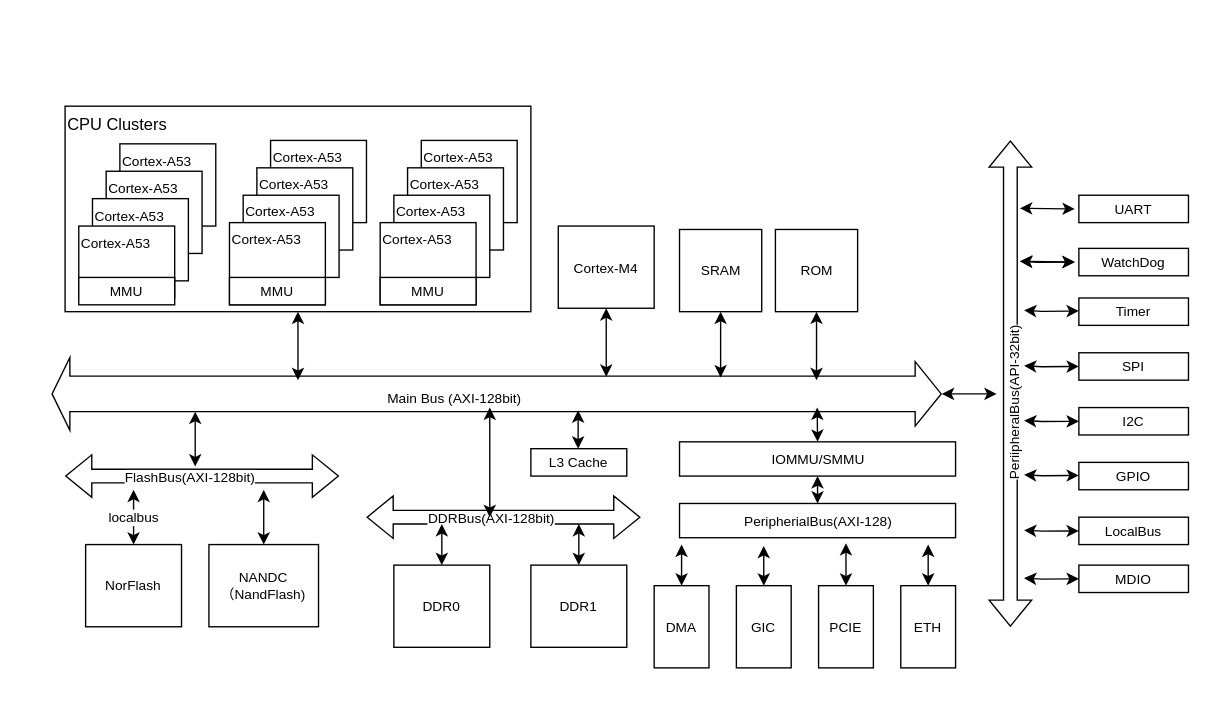
youtubezou/A-thinking-in-linux keeps this draw.io diagram as QEMU/QEMU-ARCH.drawio. Above is the earlier version. Source tidied: cells renumbered, new cells numbered last; positions are measured from the earlier drawing's top-left corner, leaving out a move shared by most shapes. Both pictures are drawn from the tidied source at 137%, with x=0, y=0 at pixel (51, 105).
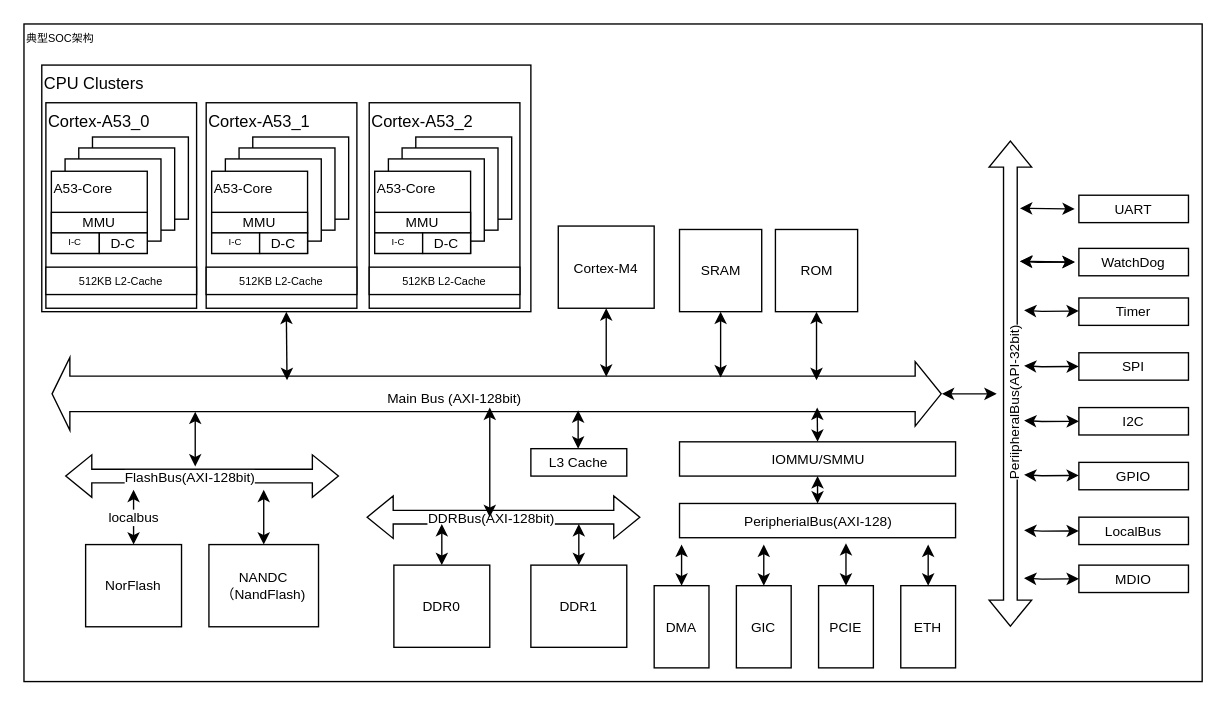
The same page after the edit.

The change refers to these unchanged cells:
```xml
<mxCell id="15" value="GIC" style="rounded=0;whiteSpace=wrap;html=1;fontSize=10;" parent="1" vertex="1">
  <mxGeometry x="500" y="350" width="40" height="60" as="geometry" />
</mxCell>
<mxCell id="61" value="PeripherialBus(AXI-128)" style="rounded=0;whiteSpace=wrap;html=1;fontSize=10;" parent="1" vertex="1">
  <mxGeometry x="458.5" y="290" width="201.5" height="25" as="geometry" />
</mxCell>
```

The edit, as a diff of the source:
```diff
@@
+    <mxCell id="75" value="典型SOC架构" style="rounded=0;whiteSpace=wrap;html=1;fontSize=8;align=left;verticalAlign=top;" parent="1" vertex="1">
+      <mxGeometry x="-20" y="-60" width="860" height="480" as="geometry" />
+    </mxCell>
     <mxCell id="2" value="CPU Clusters" style="rounded=0;whiteSpace=wrap;html=1;align=left;verticalAlign=top;" parent="1" vertex="1">
-      <mxGeometry x="10" width="340" height="150" as="geometry" />
+      <mxGeometry x="-7" y="-30" width="357" height="180" as="geometry" />
     </mxCell>
-    <mxCell id="3" value="&lt;font style=&quot;font-size: 10px&quot;&gt;Cortex-A53&lt;/font&gt;" style="rounded=0;whiteSpace=wrap;html=1;align=left;verticalAlign=top;fontSize=9;" parent="1" vertex="1">
-      <mxGeometry x="50" y="27.5" width="70" height="60" as="geometry" />
-    </mxCell>
-    <mxCell id="4" value="&lt;font style=&quot;font-size: 10px&quot;&gt;Cortex-A53&lt;/font&gt;" style="rounded=0;whiteSpace=wrap;html=1;align=left;verticalAlign=top;fontSize=9;" parent="1" vertex="1">
-      <mxGeometry x="40" y="47.5" width="70" height="60" as="geometry" />
-    </mxCell>
-    <mxCell id="5" value="&lt;font style=&quot;font-size: 10px&quot;&gt;Cortex-A53&lt;/font&gt;" style="rounded=0;whiteSpace=wrap;html=1;align=left;verticalAlign=top;fontSize=9;" parent="1" vertex="1">
-      <mxGeometry x="30" y="67.5" width="70" height="60" as="geometry" />
-    </mxCell>
-    <mxCell id="6" value="&lt;font style=&quot;font-size: 10px&quot;&gt;Cortex-A53&lt;/font&gt;" style="rounded=0;whiteSpace=wrap;html=1;align=left;verticalAlign=top;fontSize=9;" parent="1" vertex="1">
-      <mxGeometry x="20" y="87.5" width="70" height="52.5" as="geometry" />
-    </mxCell>
-    <mxCell id="7" value="&lt;font style=&quot;font-size: 10px&quot;&gt;Cortex-A53&lt;/font&gt;" style="rounded=0;whiteSpace=wrap;html=1;align=left;verticalAlign=top;fontSize=9;" parent="1" vertex="1">
-      <mxGeometry x="160" y="25" width="70" height="60" as="geometry" />
-    </mxCell>
-    <mxCell id="8" value="&lt;font style=&quot;font-size: 10px&quot;&gt;Cortex-A53&lt;/font&gt;" style="rounded=0;whiteSpace=wrap;html=1;align=left;verticalAlign=top;fontSize=9;" parent="1" vertex="1">
-      <mxGeometry x="150" y="45" width="70" height="60" as="geometry" />
-    </mxCell>
-    <mxCell id="9" value="&lt;font style=&quot;font-size: 10px&quot;&gt;Cortex-A53&lt;/font&gt;" style="rounded=0;whiteSpace=wrap;html=1;align=left;verticalAlign=top;fontSize=9;" parent="1" vertex="1">
-      <mxGeometry x="140" y="65" width="70" height="60" as="geometry" />
-    </mxCell>
-    <mxCell id="10" value="&lt;font style=&quot;font-size: 10px&quot;&gt;Cortex-A53&lt;/font&gt;" style="rounded=0;whiteSpace=wrap;html=1;align=left;verticalAlign=top;fontSize=9;" parent="1" vertex="1">
-      <mxGeometry x="130" y="85" width="70" height="60" as="geometry" />
-    </mxCell>
+    <mxCell id="76" value="Cortex-A53_0" style="rounded=0;whiteSpace=wrap;html=1;align=left;horizontal=1;verticalAlign=top;" parent="1" vertex="1">
+      <mxGeometry x="-4" y="-2.5" width="110" height="150" as="geometry" />
+    </mxCell>
-    <mxCell id="11" value="&lt;font style=&quot;font-size: 10px&quot;&gt;Cortex-A53&lt;/font&gt;" style="rounded=0;whiteSpace=wrap;html=1;align=left;verticalAlign=top;fontSize=9;" parent="1" vertex="1">
-      <mxGeometry x="270" y="25" width="70" height="60" as="geometry" />
+    <mxCell id="11" style="rounded=0;whiteSpace=wrap;html=1;align=left;verticalAlign=top;fontSize=9;" parent="1" vertex="1">
+      <mxGeometry x="30" y="22.5" width="70" height="60" as="geometry" />
     </mxCell>
-    <mxCell id="12" value="&lt;font style=&quot;font-size: 10px&quot;&gt;Cortex-A53&lt;/font&gt;" style="rounded=0;whiteSpace=wrap;html=1;align=left;verticalAlign=top;fontSize=9;" parent="1" vertex="1">
-      <mxGeometry x="260" y="45" width="70" height="60" as="geometry" />
+    <mxCell id="12" style="rounded=0;whiteSpace=wrap;html=1;align=left;verticalAlign=top;fontSize=9;" parent="1" vertex="1">
+      <mxGeometry x="20" y="30.5" width="70" height="60" as="geometry" />
     </mxCell>
-    <mxCell id="13" value="&lt;font style=&quot;font-size: 10px&quot;&gt;Cortex-A53&lt;/font&gt;" style="rounded=0;whiteSpace=wrap;html=1;align=left;verticalAlign=top;fontSize=9;" parent="1" vertex="1">
-      <mxGeometry x="250" y="65" width="70" height="60" as="geometry" />
+    <mxCell id="13" style="rounded=0;whiteSpace=wrap;html=1;align=left;verticalAlign=top;fontSize=9;" parent="1" vertex="1">
+      <mxGeometry x="10" y="38.5" width="70" height="60" as="geometry" />
     </mxCell>
-    <mxCell id="14" value="&lt;font style=&quot;font-size: 10px&quot;&gt;Cortex-A53&lt;/font&gt;" style="rounded=0;whiteSpace=wrap;html=1;align=left;verticalAlign=top;fontSize=9;" parent="1" vertex="1">
-      <mxGeometry x="240" y="85" width="70" height="60" as="geometry" />
+    <mxCell id="14" value="&lt;span style=&quot;font-size: 10px&quot;&gt;A53-Core&lt;/span&gt;" style="rounded=0;whiteSpace=wrap;html=1;align=left;verticalAlign=top;fontSize=9;" parent="1" vertex="1">
+      <mxGeometry y="47.5" width="70" height="60" as="geometry" />
     </mxCell>
@@
-    <mxCell id="27" value="MMU" style="rounded=0;whiteSpace=wrap;html=1;fontSize=10;" parent="1" vertex="1">
-      <mxGeometry x="20" y="125" width="70" height="20" as="geometry" />
-    </mxCell>
-    <mxCell id="28" value="MMU" style="rounded=0;whiteSpace=wrap;html=1;fontSize=10;" parent="1" vertex="1">
-      <mxGeometry x="130" y="125" width="70" height="20" as="geometry" />
-    </mxCell>
     <mxCell id="29" value="MMU" style="rounded=0;whiteSpace=wrap;html=1;fontSize=10;" parent="1" vertex="1">
-      <mxGeometry x="240" y="125" width="70" height="20" as="geometry" />
+      <mxGeometry y="77.5" width="70" height="15" as="geometry" />
     </mxCell>
@@
-    <mxCell id="36" style="endArrow=classic;startArrow=classic;html=1;rounded=0;fontSize=10;exitX=0.305;exitY=1.24;exitDx=0;exitDy=0;entryX=0.5;entryY=0;entryDx=0;entryDy=0;exitPerimeter=0;" parent="1" edge="1" source="61" target="15">
-      <mxGeometry relative="1" as="geometry" />
+    <mxCell id="36" style="endArrow=classic;startArrow=classic;html=1;rounded=0;fontSize=10;entryX=0.5;entryY=0;entryDx=0;entryDy=0;" parent="1" edge="1" target="15">
+      <mxGeometry relative="1" as="geometry">
+        <mxPoint x="520" y="320" as="sourcePoint" />
+      </mxGeometry>
     </mxCell>
     <mxCell id="37" style="endArrow=classic;startArrow=classic;html=1;rounded=0;fontSize=10;entryX=0.5;entryY=1;entryDx=0;entryDy=0;" parent="1" edge="1" target="2">
       <mxGeometry relative="1" as="geometry">
-        <mxPoint x="180" y="200" as="sourcePoint" />
+        <mxPoint x="172" y="200" as="sourcePoint" />
       </mxGeometry>
     </mxCell>
@@
+    <mxCell id="77" value="I-C" style="rounded=0;whiteSpace=wrap;html=1;fontSize=7;" parent="1" vertex="1">
+      <mxGeometry y="92.5" width="35" height="15" as="geometry" />
+    </mxCell>
+    <mxCell id="78" value="D-C" style="rounded=0;whiteSpace=wrap;html=1;fontSize=10;" parent="1" vertex="1">
+      <mxGeometry x="35" y="92.5" width="35" height="15" as="geometry" />
+    </mxCell>
+    <mxCell id="79" value="512KB L2-Cache" style="rounded=0;whiteSpace=wrap;html=1;fontSize=8;" parent="1" vertex="1">
+      <mxGeometry x="-4" y="117.5" width="110" height="20" as="geometry" />
+    </mxCell>
+    <mxCell id="80" value="Cortex-A53_1" style="rounded=0;whiteSpace=wrap;html=1;align=left;horizontal=1;verticalAlign=top;" parent="1" vertex="1">
+      <mxGeometry x="113" y="-2.5" width="110" height="150" as="geometry" />
+    </mxCell>
+    <mxCell id="81" style="rounded=0;whiteSpace=wrap;html=1;align=left;verticalAlign=top;fontSize=9;" parent="1" vertex="1">
+      <mxGeometry x="147" y="22.5" width="70" height="60" as="geometry" />
+    </mxCell>
+    <mxCell id="82" style="rounded=0;whiteSpace=wrap;html=1;align=left;verticalAlign=top;fontSize=9;" parent="1" vertex="1">
+      <mxGeometry x="137" y="30.5" width="70" height="60" as="geometry" />
+    </mxCell>
+    <mxCell id="83" style="rounded=0;whiteSpace=wrap;html=1;align=left;verticalAlign=top;fontSize=9;" parent="1" vertex="1">
+      <mxGeometry x="127" y="38.5" width="70" height="60" as="geometry" />
+    </mxCell>
+    <mxCell id="84" value="&lt;span style=&quot;font-size: 10px&quot;&gt;A53-Core&lt;/span&gt;" style="rounded=0;whiteSpace=wrap;html=1;align=left;verticalAlign=top;fontSize=9;" parent="1" vertex="1">
+      <mxGeometry x="117" y="47.5" width="70" height="60" as="geometry" />
+    </mxCell>
+    <mxCell id="85" value="MMU" style="rounded=0;whiteSpace=wrap;html=1;fontSize=10;" parent="1" vertex="1">
+      <mxGeometry x="117" y="77.5" width="70" height="15" as="geometry" />
+    </mxCell>
+    <mxCell id="86" value="I-C" style="rounded=0;whiteSpace=wrap;html=1;fontSize=7;" parent="1" vertex="1">
+      <mxGeometry x="117" y="92.5" width="35" height="15" as="geometry" />
+    </mxCell>
+    <mxCell id="87" value="D-C" style="rounded=0;whiteSpace=wrap;html=1;fontSize=10;" parent="1" vertex="1">
+      <mxGeometry x="152" y="92.5" width="35" height="15" as="geometry" />
+    </mxCell>
+    <mxCell id="88" value="512KB L2-Cache" style="rounded=0;whiteSpace=wrap;html=1;fontSize=8;" parent="1" vertex="1">
+      <mxGeometry x="113" y="117.5" width="110" height="20" as="geometry" />
+    </mxCell>
+    <mxCell id="89" value="Cortex-A53_2" style="rounded=0;whiteSpace=wrap;html=1;align=left;horizontal=1;verticalAlign=top;" parent="1" vertex="1">
+      <mxGeometry x="232" y="-2.5" width="110" height="150" as="geometry" />
+    </mxCell>
+    <mxCell id="90" style="rounded=0;whiteSpace=wrap;html=1;align=left;verticalAlign=top;fontSize=9;" parent="1" vertex="1">
+      <mxGeometry x="266" y="22.5" width="70" height="60" as="geometry" />
+    </mxCell>
+    <mxCell id="91" style="rounded=0;whiteSpace=wrap;html=1;align=left;verticalAlign=top;fontSize=9;" parent="1" vertex="1">
+      <mxGeometry x="256" y="30.5" width="70" height="60" as="geometry" />
+    </mxCell>
+    <mxCell id="92" style="rounded=0;whiteSpace=wrap;html=1;align=left;verticalAlign=top;fontSize=9;" parent="1" vertex="1">
+      <mxGeometry x="246" y="38.5" width="70" height="60" as="geometry" />
+    </mxCell>
+    <mxCell id="93" value="&lt;span style=&quot;font-size: 10px&quot;&gt;A53-Core&lt;/span&gt;" style="rounded=0;whiteSpace=wrap;html=1;align=left;verticalAlign=top;fontSize=9;" parent="1" vertex="1">
+      <mxGeometry x="236" y="47.5" width="70" height="60" as="geometry" />
+    </mxCell>
+    <mxCell id="94" value="MMU" style="rounded=0;whiteSpace=wrap;html=1;fontSize=10;" parent="1" vertex="1">
+      <mxGeometry x="236" y="77.5" width="70" height="15" as="geometry" />
+    </mxCell>
+    <mxCell id="95" value="I-C" style="rounded=0;whiteSpace=wrap;html=1;fontSize=7;" parent="1" vertex="1">
+      <mxGeometry x="236" y="92.5" width="35" height="15" as="geometry" />
+    </mxCell>
+    <mxCell id="96" value="D-C" style="rounded=0;whiteSpace=wrap;html=1;fontSize=10;" parent="1" vertex="1">
+      <mxGeometry x="271" y="92.5" width="35" height="15" as="geometry" />
+    </mxCell>
+    <mxCell id="97" value="512KB L2-Cache" style="rounded=0;whiteSpace=wrap;html=1;fontSize=8;" parent="1" vertex="1">
+      <mxGeometry x="232" y="117.5" width="110" height="20" as="geometry" />
+    </mxCell>
```
